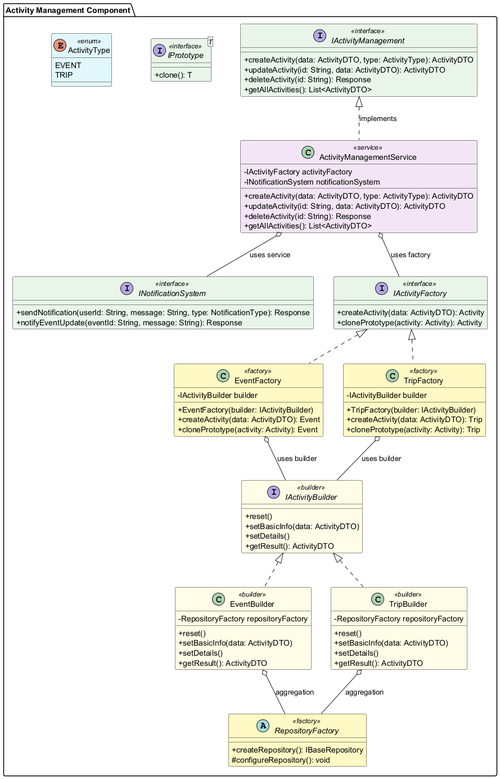
This is Milestones/PM_3/Class Diagram/After DP/png/Activity_Layer.png from AIU-SoftWave/AIU-Trips-And-Events, a PlantUML export, as it was before one commit. Source of this version:
```plantuml
@startuml Activity_Layer
!define INTERFACE_COLOR #E8F5E9
!define ABSTRACT_COLOR #FFF3E0
!define ENTITY_COLOR #E3F2FD
!define SERVICE_COLOR #F3E5F5
!define FACTORY_COLOR #FFF9C4
!define BUILDER_COLOR #FFFDE7
!define ENUM_COLOR #E0F7FA

skinparam classAttributeIconSize 0
skinparam class {
    BackgroundColor<<interface>> INTERFACE_COLOR
    BackgroundColor<<abstract>> ABSTRACT_COLOR
    BackgroundColor<<entity>> ENTITY_COLOR
    BackgroundColor<<service>> SERVICE_COLOR
    BackgroundColor<<factory>> FACTORY_COLOR
    BackgroundColor<<builder>> BUILDER_COLOR
    BackgroundColor<<enum>> ENUM_COLOR
}

package "Activity Management Component" {

    interface IActivityManagement <<interface>> {
        +createActivity(data: ActivityDTO, type: ActivityType): ActivityDTO
        +updateActivity(id: String, data: ActivityDTO): ActivityDTO
        +deleteActivity(id: String): Response
        +getAllActivities(): List<ActivityDTO>
    }

    interface INotificationSystem <<interface>> {
        +sendNotification(userId: String, message: String, type: NotificationType): Response
        +notifyEventUpdate(eventId: String, message: String): Response
    }

    interface IPrototype<T> <<interface>> {
        +clone(): T
    }

    class ActivityManagementService <<service>> {
        -IActivityFactory activityFactory
        -INotificationSystem notificationSystem
        +createActivity(data: ActivityDTO, type: ActivityType): ActivityDTO
        +updateActivity(id: String, data: ActivityDTO): ActivityDTO
        +deleteActivity(id: String): Response
        +getAllActivities(): List<ActivityDTO>
    }

    enum ActivityType <<enum>> {
        EVENT
        TRIP
    }

    abstract class RepositoryFactory <<factory>> {
        +createRepository(): IBaseRepository
        #configureRepository(): void
    }

    interface IActivityFactory <<interface>> {
        +createActivity(data: ActivityDTO): Activity
        +clonePrototype(activity: Activity): Activity
    }

    class EventFactory <<factory>> {
        -IActivityBuilder builder
        +EventFactory(builder: IActivityBuilder)
        +createActivity(data: ActivityDTO): Event
        +clonePrototype(activity: Activity): Event
    }

    class TripFactory <<factory>> {
        -IActivityBuilder builder
        +TripFactory(builder: IActivityBuilder)
        +createActivity(data: ActivityDTO): Trip
        +clonePrototype(activity: Activity): Trip
    }

    IActivityFactory <|.. EventFactory
    IActivityFactory <|.. TripFactory

    interface IActivityBuilder <<builder>> {
        +reset()
        +setBasicInfo(data: ActivityDTO)
        +setDetails()
        +getResult(): ActivityDTO
    }

    class EventBuilder <<builder>> {
        -RepositoryFactory repositoryFactory
        +reset()
        +setBasicInfo(data: ActivityDTO)
        +setDetails()
        +getResult(): ActivityDTO
    }

    class TripBuilder <<builder>> {
        -RepositoryFactory repositoryFactory
        +reset()
        +setBasicInfo(data: ActivityDTO)
        +setDetails()
        +getResult(): ActivityDTO
    }

    IActivityBuilder <|.. EventBuilder
    IActivityBuilder <|.. TripBuilder

    EventFactory o-- IActivityBuilder : "uses builder"
    TripFactory o-- IActivityBuilder : "uses builder"

    ActivityManagementService o-- IActivityFactory : "uses factory"
    ActivityManagementService o-- INotificationSystem : "uses service"
    IActivityManagement <|.. ActivityManagementService : implements

    EventBuilder o-- RepositoryFactory : aggregation
    TripBuilder o-- RepositoryFactory : aggregation
}


@enduml
```
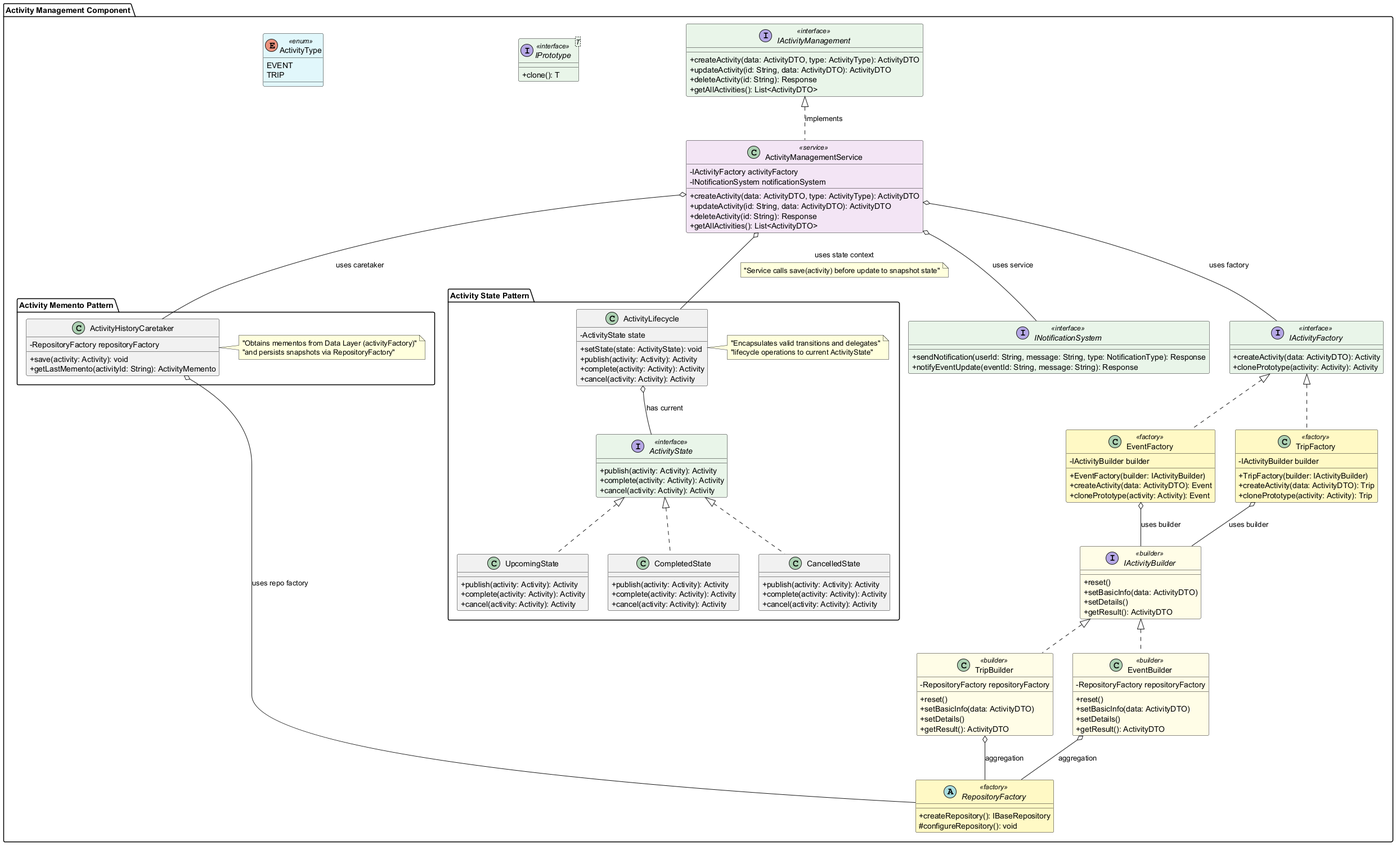
Above is the later version.

Commit message:
fixing repo layer

The edit, as a diff of the source:
```diff
@@ -103,11 +103,75 @@
     IActivityBuilder <|.. EventBuilder
     IActivityBuilder <|.. TripBuilder
 
+    package "Activity Memento Pattern" {
+        class ActivityHistoryCaretaker {
+            -RepositoryFactory repositoryFactory
+            +save(activity: Activity): void
+            +getLastMemento(activityId: String): ActivityMemento
+        }
+
+        note right of ActivityHistoryCaretaker
+            "Obtains mementos from Data Layer (activityFactory)"
+            "and persists snapshots via RepositoryFactory"
+        end note
+
+        ActivityHistoryCaretaker o-- RepositoryFactory : "uses repo factory"
+    }
+
+    package "Activity State Pattern" {
+        interface ActivityState <<interface>> {
+            +publish(activity: Activity): Activity
+            +complete(activity: Activity): Activity
+            +cancel(activity: Activity): Activity
+        }
+
+        class ActivityLifecycle {
+            -ActivityState state
+            +setState(state: ActivityState): void
+            +publish(activity: Activity): Activity
+            +complete(activity: Activity): Activity
+            +cancel(activity: Activity): Activity
+        }
+
+        class UpcomingState {
+            +publish(activity: Activity): Activity
+            +complete(activity: Activity): Activity
+            +cancel(activity: Activity): Activity
+        }
+
+        class CompletedState {
+            +publish(activity: Activity): Activity
+            +complete(activity: Activity): Activity
+            +cancel(activity: Activity): Activity
+        }
+
+        class CancelledState {
+            +publish(activity: Activity): Activity
+            +complete(activity: Activity): Activity
+            +cancel(activity: Activity): Activity
+        }
+
+        ActivityState <|.. UpcomingState
+        ActivityState <|.. CompletedState
+        ActivityState <|.. CancelledState
+        ActivityLifecycle o-- ActivityState : "has current"
+
+        note right of ActivityLifecycle
+            "Encapsulates valid transitions and delegates"
+            "lifecycle operations to current ActivityState"
+        end note
+    }
+
     EventFactory o-- IActivityBuilder : "uses builder"
     TripFactory o-- IActivityBuilder : "uses builder"
 
     ActivityManagementService o-- IActivityFactory : "uses factory"
     ActivityManagementService o-- INotificationSystem : "uses service"
+    ActivityManagementService o-- ActivityHistoryCaretaker : "uses caretaker"
+    ActivityManagementService o-- ActivityLifecycle : "uses state context"
+    note on link
+        "Service calls save(activity) before update to snapshot state"
+    end note
     IActivityManagement <|.. ActivityManagementService : implements
 
     EventBuilder o-- RepositoryFactory : aggregation
```
